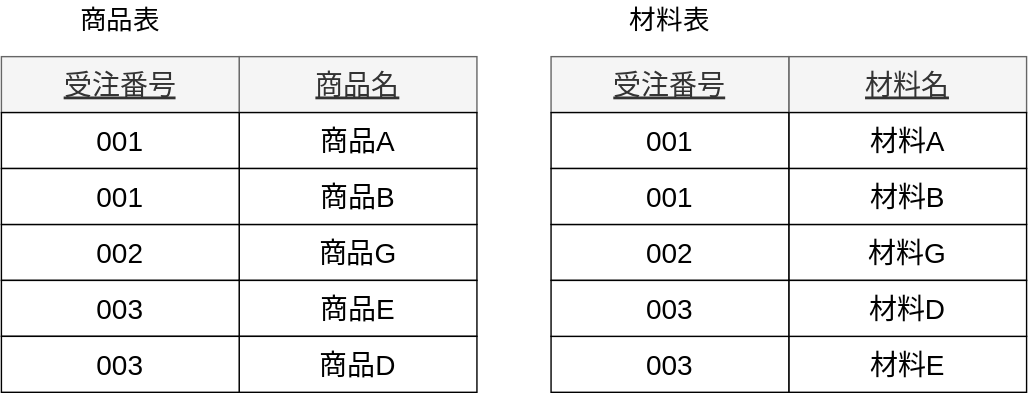
Earlier version of the draw.io export static/img/svg/Database/normalization/normalization-8.drawio.svg (koseki2580/study-docs). Source tidied: cells renumbered, new cells last; positions are measured from the earlier drawing's top-left corner, leaving out a move shared by most shapes.
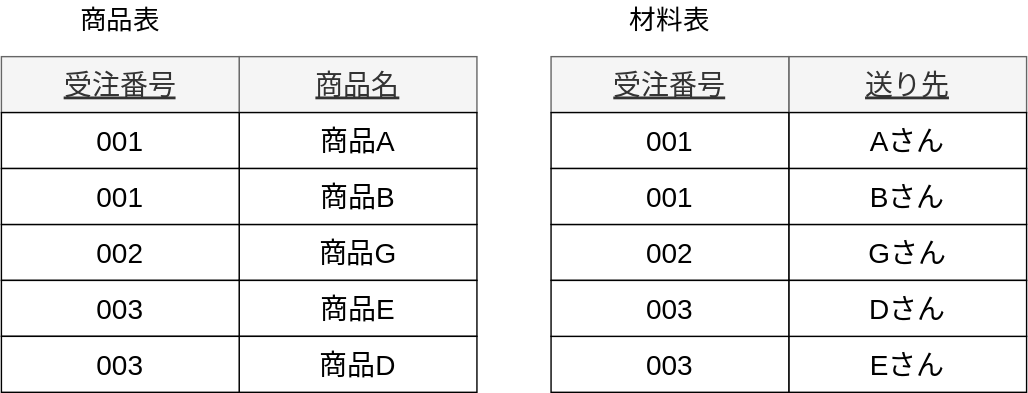
After the commit.

Diff of the diagram source:
```diff
@@ -35,19 +35,19 @@
     <mxCell id="12" value="003" style="rounded=0;whiteSpace=wrap;html=1;fontSize=20;" parent="1" vertex="1">
       <mxGeometry y="240" width="170" height="40" as="geometry" />
     </mxCell>
-    <mxCell id="13" value="材料名" style="rounded=0;whiteSpace=wrap;html=1;fontSize=20;fillColor=#f5f5f5;fontColor=#333333;strokeColor=#666666;fontStyle=4;" parent="1" vertex="1">
+    <mxCell id="13" value="送り先" style="rounded=0;whiteSpace=wrap;html=1;fontSize=20;fillColor=#f5f5f5;fontColor=#333333;strokeColor=#666666;fontStyle=4;" parent="1" vertex="1">
       <mxGeometry x="563" y="40" width="170" height="40" as="geometry" />
     </mxCell>
-    <mxCell id="14" value="材料A" style="rounded=0;whiteSpace=wrap;html=1;fontSize=20;" parent="1" vertex="1">
+    <mxCell id="14" value="Aさん" style="rounded=0;whiteSpace=wrap;html=1;fontSize=20;" parent="1" vertex="1">
       <mxGeometry x="563" y="80" width="170" height="40" as="geometry" />
     </mxCell>
-    <mxCell id="15" value="材料G" style="rounded=0;whiteSpace=wrap;html=1;fontSize=20;" parent="1" vertex="1">
+    <mxCell id="15" value="Gさん" style="rounded=0;whiteSpace=wrap;html=1;fontSize=20;" parent="1" vertex="1">
       <mxGeometry x="563" y="160" width="170" height="40" as="geometry" />
     </mxCell>
-    <mxCell id="16" value="材料E" style="rounded=0;whiteSpace=wrap;html=1;fontSize=20;" parent="1" vertex="1">
+    <mxCell id="16" value="Eさん" style="rounded=0;whiteSpace=wrap;html=1;fontSize=20;" parent="1" vertex="1">
       <mxGeometry x="563" y="240" width="170" height="40" as="geometry" />
     </mxCell>
-    <mxCell id="17" value="材料B" style="rounded=0;whiteSpace=wrap;html=1;fontSize=20;" parent="1" vertex="1">
+    <mxCell id="17" value="Bさん" style="rounded=0;whiteSpace=wrap;html=1;fontSize=20;" parent="1" vertex="1">
       <mxGeometry x="563" y="120" width="170" height="40" as="geometry" />
     </mxCell>
     <mxCell id="18" value="受注番号" style="rounded=0;whiteSpace=wrap;html=1;fontSize=20;fillColor=#f5f5f5;fontColor=#333333;strokeColor=#666666;fontStyle=4;" parent="1" vertex="1">
@@ -68,7 +68,7 @@
     <mxCell id="23" value="材料表" style="text;html=1;strokeColor=none;fillColor=none;align=center;verticalAlign=middle;whiteSpace=wrap;rounded=0;fontSize=19;" parent="1" vertex="1">
       <mxGeometry x="393" width="170" height="30" as="geometry" />
     </mxCell>
-    <mxCell id="24" value="材料D" style="rounded=0;whiteSpace=wrap;html=1;fontSize=20;" parent="1" vertex="1">
+    <mxCell id="24" value="Dさん" style="rounded=0;whiteSpace=wrap;html=1;fontSize=20;" parent="1" vertex="1">
       <mxGeometry x="563" y="200" width="170" height="40" as="geometry" />
     </mxCell>
     <mxCell id="25" value="003" style="rounded=0;whiteSpace=wrap;html=1;fontSize=20;" parent="1" vertex="1">
```
